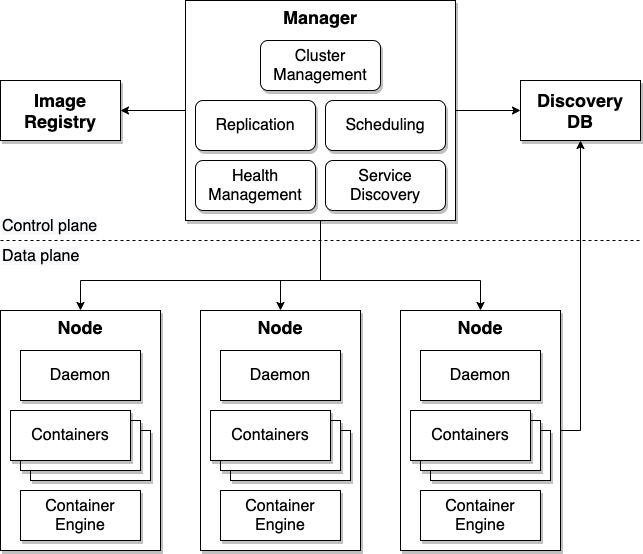
kgb1001001/cloudadoptionpatterns keeps this draw.io diagram as assets/container-orchestrator.png. Above is the earlier version. Source tidied: cells renumbered, new cells last; positions are measured from the earlier drawing's top-left corner, leaving out a move shared by most shapes.
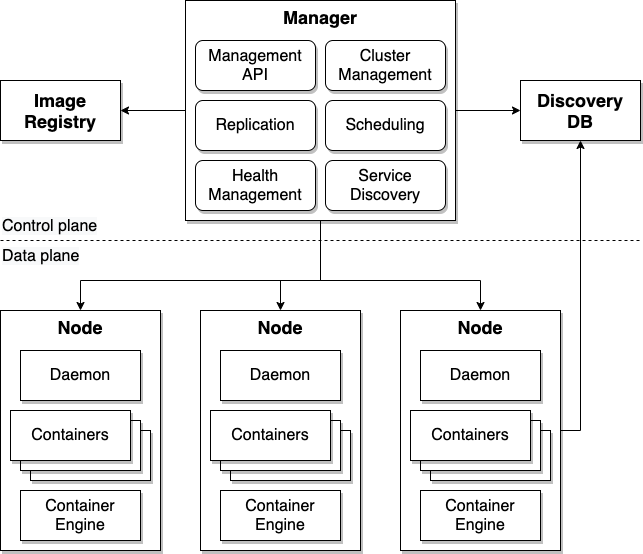
After the commit.

Commit message:
Added management api

Change to the diagram source:
```diff
@@ -153,7 +153,10 @@
       <mxGeometry x="10" y="160" width="120" height="50" as="geometry" />
     </mxCell>
     <mxCell id="43" value="&lt;span style=&quot;font-size: 16px&quot;&gt;Cluster Management&lt;/span&gt;" style="rounded=1;whiteSpace=wrap;html=1;shadow=1;" parent="37" vertex="1">
-      <mxGeometry x="75" y="40" width="120" height="50" as="geometry" />
+      <mxGeometry x="140" y="40" width="120" height="50" as="geometry" />
     </mxCell>
+    <mxCell id="44" value="&lt;span style=&quot;font-size: 16px&quot;&gt;Management API&lt;/span&gt;" style="rounded=1;whiteSpace=wrap;html=1;shadow=1;" parent="37" vertex="1">
+      <mxGeometry x="10" y="40" width="120" height="50" as="geometry" />
+    </mxCell>
   </root>
 </mxGraphModel>
```
